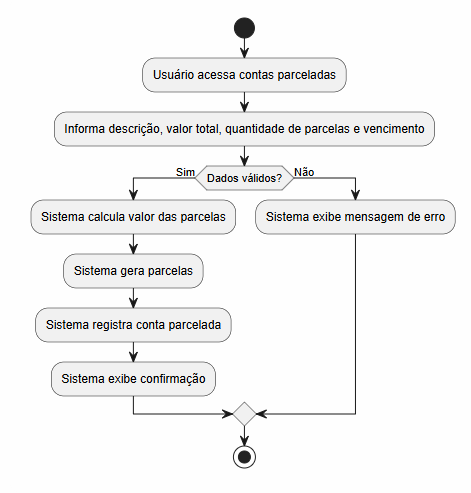
The PlantUML diagram docs/modelagem/atividades/conta-parcelada.png in Nathan-Edu/Financa-Facil, before a commit. Its source is kept beside it as docs/modelagem/atividades/conta-parcelada.puml.
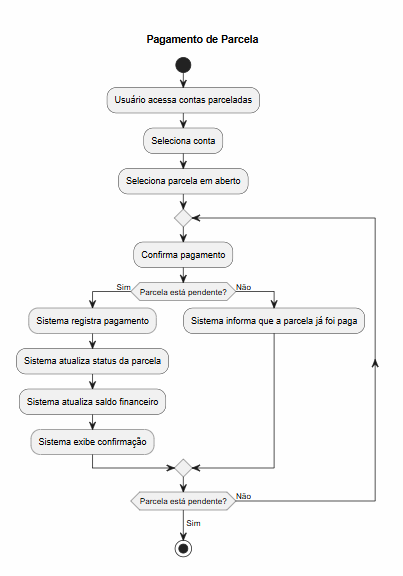
The same diagram one commit later.

Change to the diagram source:
```diff
@@ -1,19 +1,26 @@
 @startuml
+title Pagamento de Parcela
+
 start
 
 :Usuário acessa contas parceladas;
 :Seleciona conta;
 :Seleciona parcela em aberto;
-:Confirma pagamento;
 
-if (Parcela está pendente?) then (Sim)
-  :Sistema registra pagamento;
-  :Sistema atualiza status da parcela;
-  :Sistema atualiza saldo financeiro;
-  :Sistema exibe confirmação;
-else (Não)
-  :Sistema informa que a parcela já foi paga;
-endif
+repeat
+  :Confirma pagamento;
+
+  if (Parcela está pendente?) then (Sim)
+    :Sistema registra pagamento;
+    :Sistema atualiza status da parcela;
+    :Sistema atualiza saldo financeiro;
+    :Sistema exibe confirmação;
+  else (Não)
+    :Sistema informa que a parcela já foi paga;
+  endif
+
+repeat while (Parcela está pendente?) is (Não)
+-> Sim;
 
 stop
 @enduml
```
